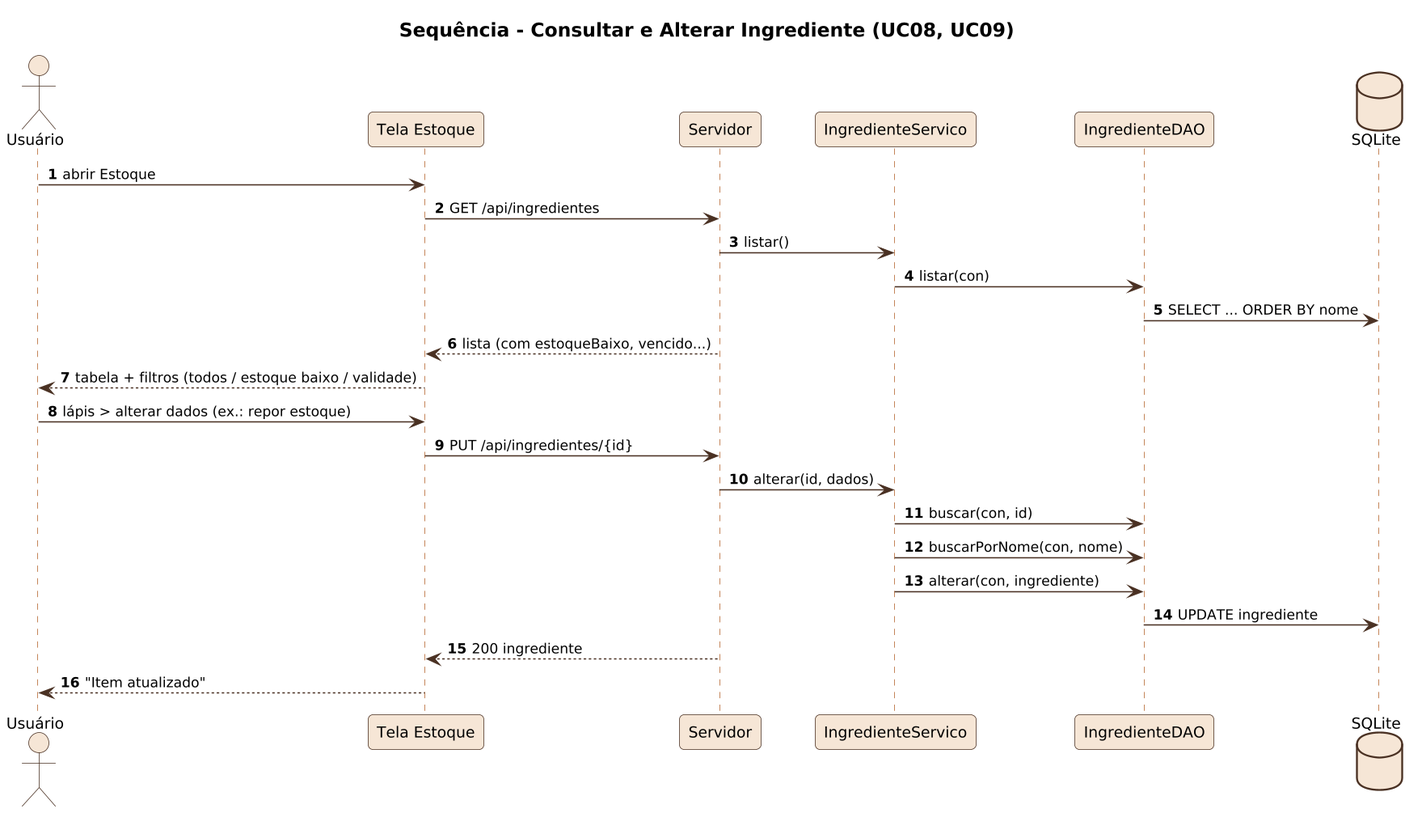
The PlantUML diagram docs/diagramas/png/S06_seq_alterar_ingrediente.png in Hallff/ConfeitaSys, before a commit. Its diagram source:
```plantuml
@startuml
!include _seq.iuml
title Sequência - Consultar e Alterar Ingrediente (UC08, UC09)
actor Usuário as U
participant "Tela Estoque" as T
participant Servidor as S
participant IngredienteServico as IS
participant IngredienteDAO as D
database SQLite as DB
U -> T : abrir Estoque
T -> S : GET /api/ingredientes
S -> IS : listar()
IS -> D : listar(con)
D -> DB : SELECT ... ORDER BY nome
S --> T : lista (com estoqueBaixo, vencido...)
T --> U : tabela + filtros (todos / estoque baixo / validade)
U -> T : lápis > alterar dados (ex.: repor estoque)
T -> S : PUT /api/ingredientes/{id}
S -> IS : alterar(id, dados)
IS -> D : buscar(con, id)
IS -> D : buscarPorNome(con, nome)
IS -> D : alterar(con, ingrediente)
D -> DB : UPDATE ingrediente
S --> T : 200 ingrediente
T --> U : "Item atualizado"
@enduml
```
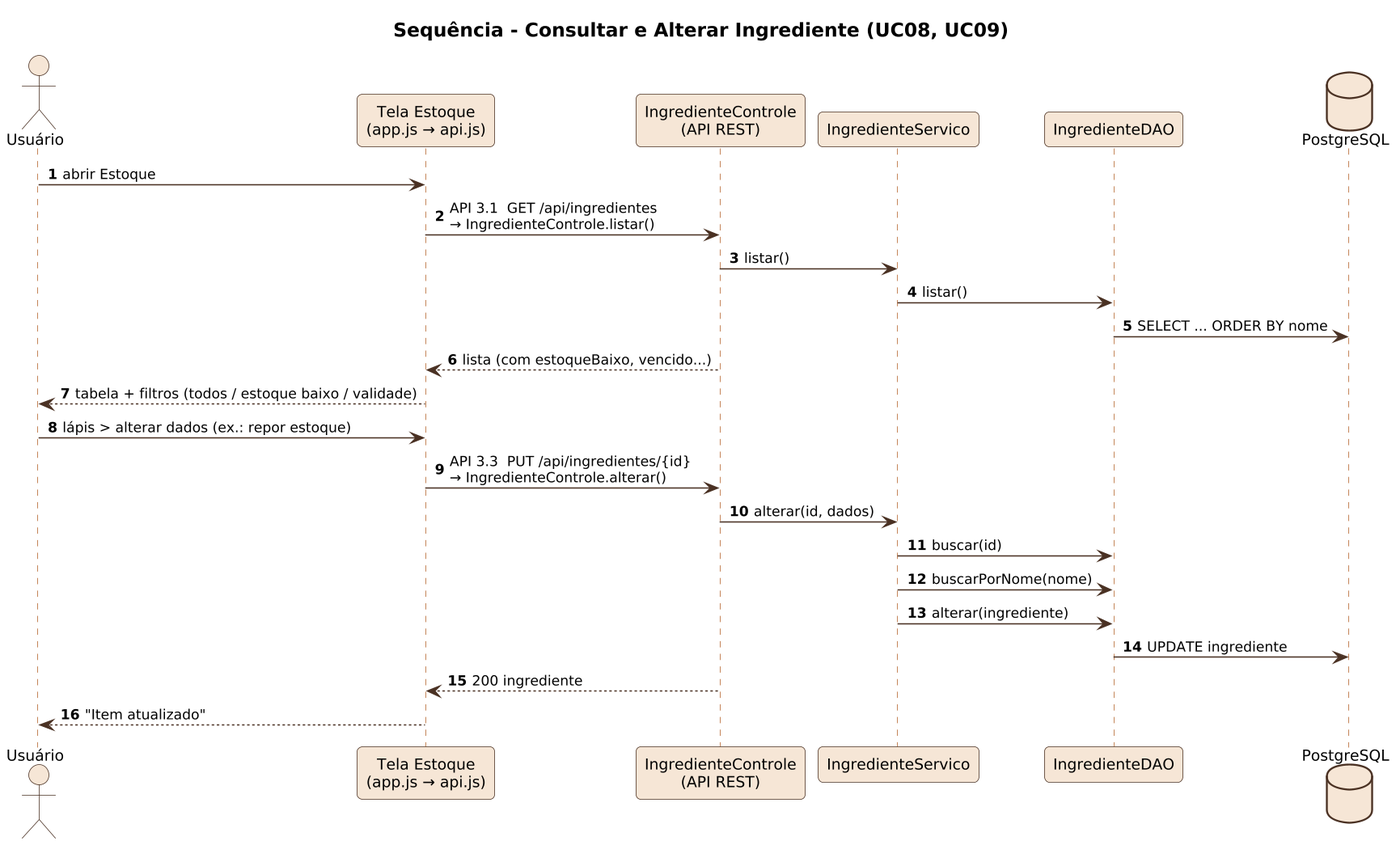
After the change.

Change to the diagram source:
```diff
@@ -2,24 +2,24 @@
 !include _seq.iuml
 title Sequência - Consultar e Alterar Ingrediente (UC08, UC09)
 actor Usuário as U
-participant "Tela Estoque" as T
-participant Servidor as S
+participant "Tela Estoque\n(app.js → api.js)" as T
+participant "IngredienteControle\n(API REST)" as S
 participant IngredienteServico as IS
 participant IngredienteDAO as D
-database SQLite as DB
+database "PostgreSQL" as DB
 U -> T : abrir Estoque
-T -> S : GET /api/ingredientes
+T -> S : API 3.1  GET /api/ingredientes\n→ IngredienteControle.listar()
 S -> IS : listar()
-IS -> D : listar(con)
+IS -> D : listar()
 D -> DB : SELECT ... ORDER BY nome
 S --> T : lista (com estoqueBaixo, vencido...)
 T --> U : tabela + filtros (todos / estoque baixo / validade)
 U -> T : lápis > alterar dados (ex.: repor estoque)
-T -> S : PUT /api/ingredientes/{id}
+T -> S : API 3.3  PUT /api/ingredientes/{id}\n→ IngredienteControle.alterar()
 S -> IS : alterar(id, dados)
-IS -> D : buscar(con, id)
-IS -> D : buscarPorNome(con, nome)
-IS -> D : alterar(con, ingrediente)
+IS -> D : buscar(id)
+IS -> D : buscarPorNome(nome)
+IS -> D : alterar(ingrediente)
 D -> DB : UPDATE ingrediente
 S --> T : 200 ingrediente
 T --> U : "Item atualizado"
```
